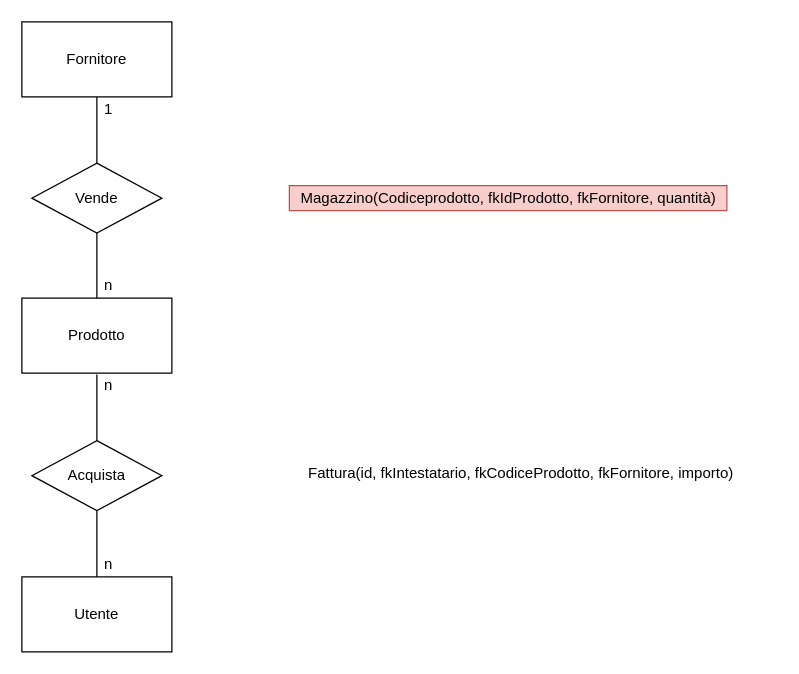
The draw.io diagram direttive/DiagrammaER.drawio in LucaAnto01/AP_WebShop, before the edit. Source tidied: cells renumbered, new cells numbered last; positions are measured from the earlier drawing's top-left corner, leaving out a move shared by most shapes. Both pictures are drawn from the tidied source at 125%, with x=0, y=0 at pixel (21, 21).
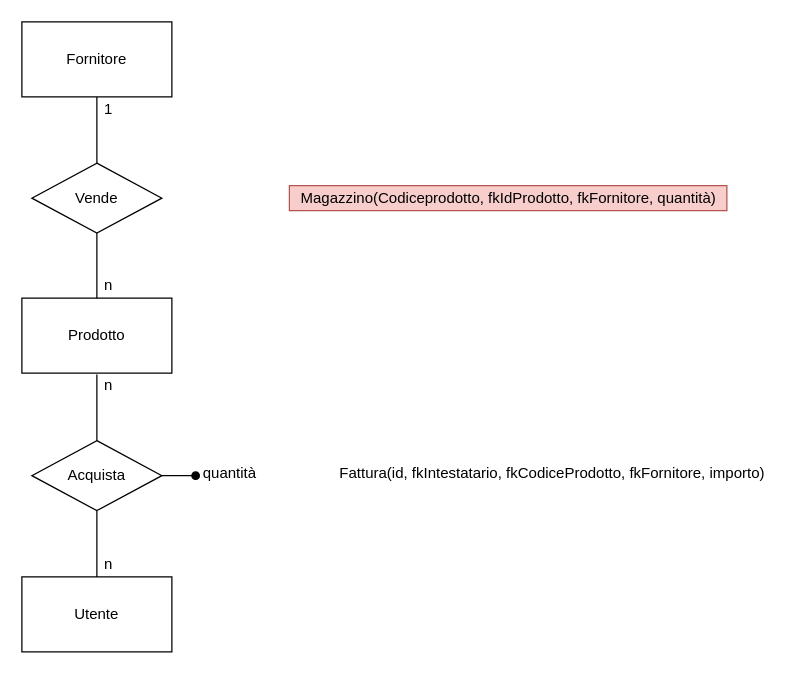
The same diagram, later.

Commit message:
Aggiornamento diagramma ER

The change refers to these unchanged cells:
```xml
<mxCell id="5" value="Acquista" style="rhombus;whiteSpace=wrap;html=1;" parent="1" vertex="1">
  <mxGeometry x="8" y="335" width="104" height="56" as="geometry" />
</mxCell>
```

What changed in the source:
```diff
@@
     <mxCell id="15" value="Fattura(id, fkIntestatario, fkCodiceProdotto, fkFornitore, importo)" style="text;html=1;align=center;verticalAlign=middle;strokeColor=none;fillColor=none;" parent="1" vertex="1">
-      <mxGeometry x="219" y="351" width="360" height="20" as="geometry" />
+      <mxGeometry x="244" y="351" width="360" height="20" as="geometry" />
     </mxCell>
@@
+    <mxCell id="17" style="endArrow=oval;html=1;rounded=0;exitX=1;exitY=0.5;exitDx=0;exitDy=0;endFill=1;" parent="1" edge="1" source="5">
+      <mxGeometry relative="1" as="geometry">
+        <mxPoint x="139" y="363" as="targetPoint" />
+      </mxGeometry>
+    </mxCell>
+    <mxCell id="18" value="quantità" style="text;html=1;align=center;verticalAlign=middle;strokeColor=none;fillColor=none;" parent="1" vertex="1">
+      <mxGeometry x="136" y="351" width="60" height="20" as="geometry" />
+    </mxCell>
```
